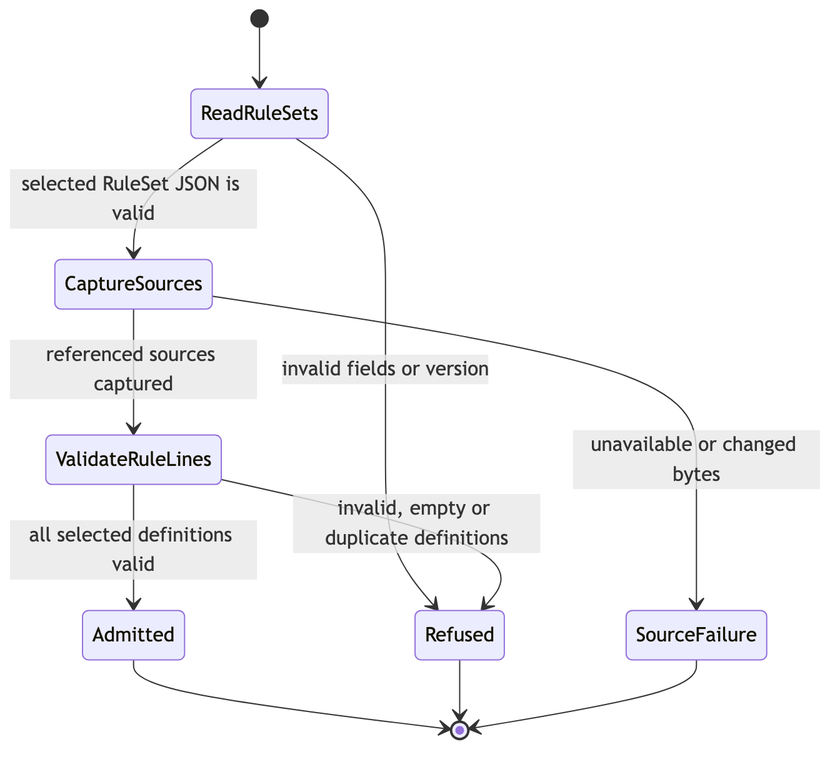
Earlier version of the Mermaid export docs/specs/2026-10-12-rust-rule-engine/assets/rule-file-admission.png (ShravanSunder/sunstack-tools). Its source is kept beside it as docs/specs/2026-10-12-rust-rule-engine/assets/rule-file-admission.mmd. The source it was exported from:
```mermaid
stateDiagram-v2
  [*] --> ReadRuleSets
  ReadRuleSets --> CaptureSources: selected RuleSet JSON is valid
  ReadRuleSets --> Refused: invalid fields or version
  CaptureSources --> ValidateRuleLines: referenced sources captured
  CaptureSources --> SourceFailure: unavailable or changed bytes
  ValidateRuleLines --> Refused: invalid, empty or duplicate definitions
  ValidateRuleLines --> Admitted: all selected definitions valid
  Admitted --> [*]
  Refused --> [*]
  SourceFailure --> [*]
```
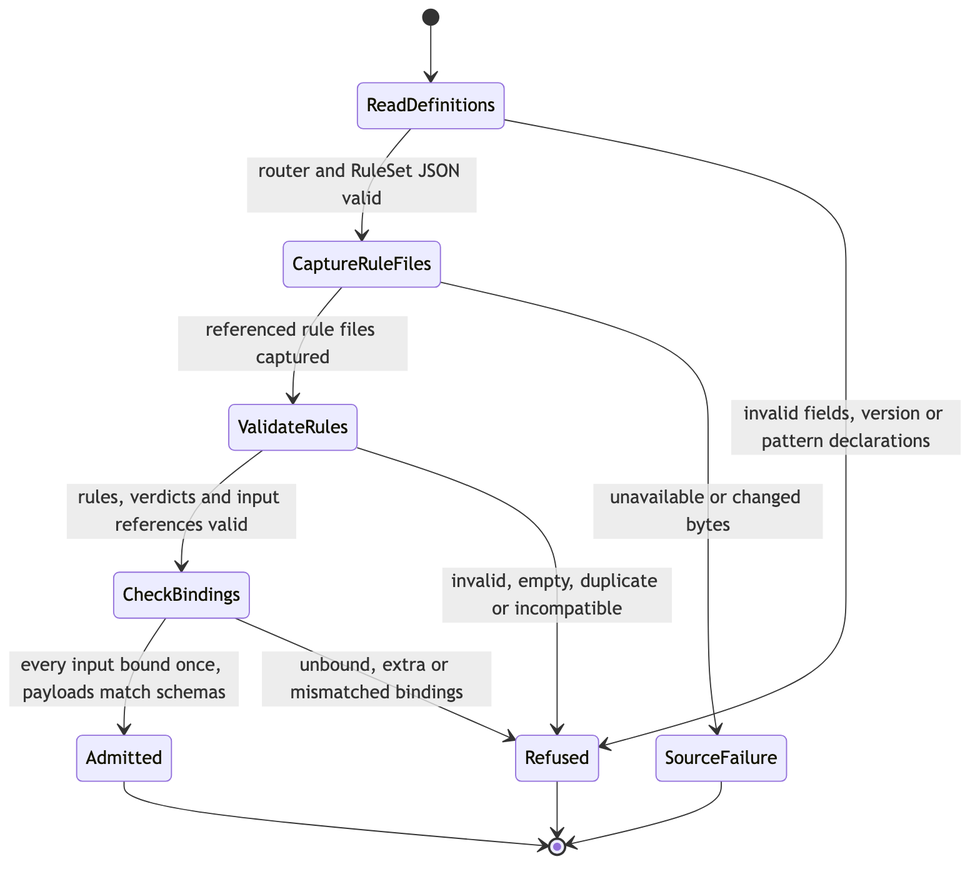
After the change.

The edit, as a diff of the source:
```diff
@@ -1,11 +1,13 @@
 stateDiagram-v2
-  [*] --> ReadRuleSets
-  ReadRuleSets --> CaptureSources: selected RuleSet JSON is valid
-  ReadRuleSets --> Refused: invalid fields or version
-  CaptureSources --> ValidateRuleLines: referenced sources captured
-  CaptureSources --> SourceFailure: unavailable or changed bytes
-  ValidateRuleLines --> Refused: invalid, empty or duplicate definitions
-  ValidateRuleLines --> Admitted: all selected definitions valid
+  [*] --> ReadDefinitions
+  ReadDefinitions --> CaptureRuleFiles: router and RuleSet JSON valid
+  ReadDefinitions --> Refused: invalid fields, version or pattern declarations
+  CaptureRuleFiles --> ValidateRules: referenced rule files captured
+  CaptureRuleFiles --> SourceFailure: unavailable or changed bytes
+  ValidateRules --> CheckBindings: rules, verdicts and input references valid
+  ValidateRules --> Refused: invalid, empty, duplicate or incompatible
+  CheckBindings --> Admitted: every input bound once, payloads match schemas
+  CheckBindings --> Refused: unbound, extra or mismatched bindings
   Admitted --> [*]
   Refused --> [*]
   SourceFailure --> [*]
```
